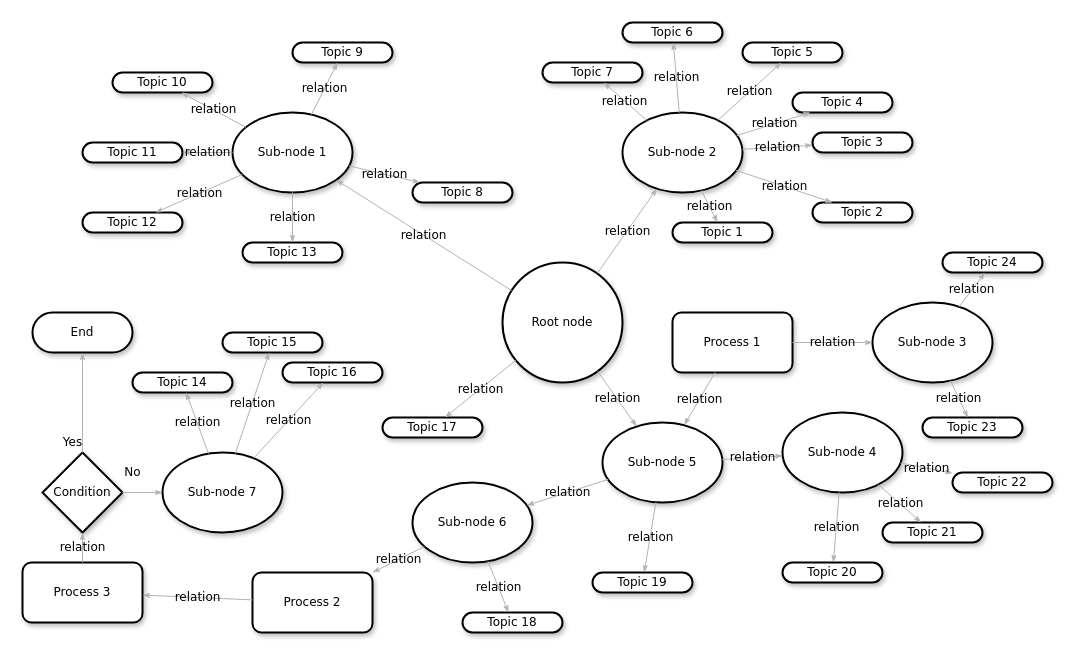
Above: Untitled Diagram.drawio in renecapz/houseoface (draw.io), before the change. Source tidied: cells renumbered, new cells numbered last; positions are measured from the earlier drawing's top-left corner, leaving out a move shared by most shapes. Both pictures are drawn from the tidied source at 100%, with x=0, y=0 at pixel (22, 22).
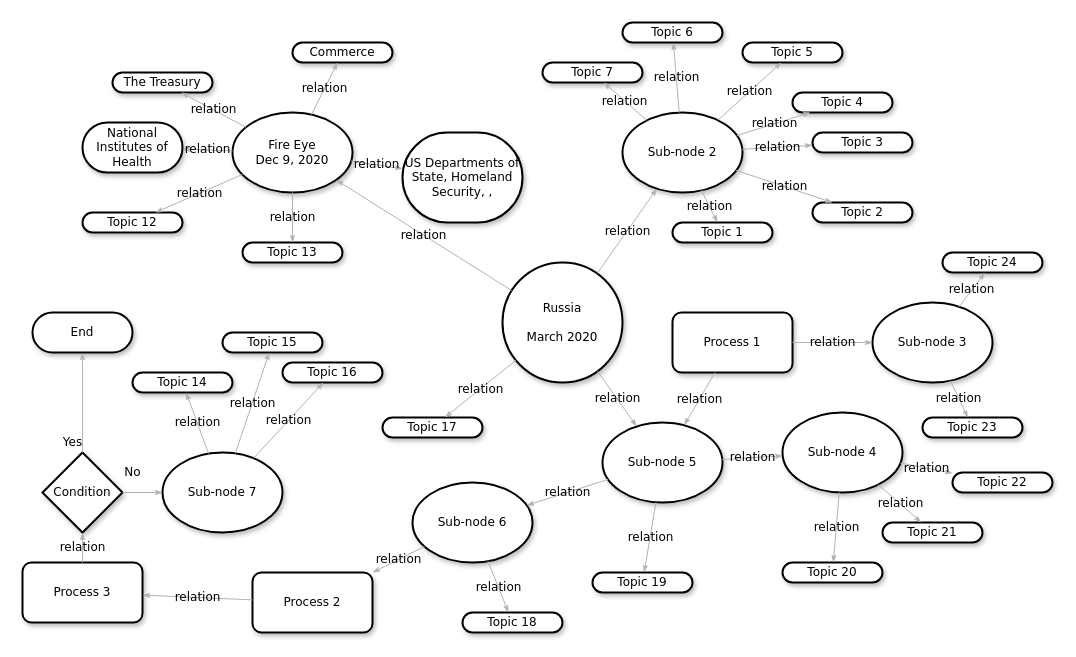
Above is the later version.

What changed in the source:
```diff
@@
-    <mxCell id="2" value="&lt;span&gt;Topic 10&lt;/span&gt;" style="whiteSpace=wrap;html=1;rounded=1;shadow=1;comic=0;labelBackgroundColor=none;strokeWidth=2;fontFamily=Verdana;fontSize=12;align=center;arcSize=50;" parent="1" vertex="1">
+    <mxCell id="2" value="The Treasury" style="whiteSpace=wrap;html=1;rounded=1;shadow=1;comic=0;labelBackgroundColor=none;strokeWidth=2;fontFamily=Verdana;fontSize=12;align=center;arcSize=50;" parent="1" vertex="1">
       <mxGeometry x="90" y="50" width="100" height="20" as="geometry" />
     </mxCell>
-    <mxCell id="3" value="Sub-node 1" style="ellipse;whiteSpace=wrap;html=1;rounded=1;shadow=1;comic=0;labelBackgroundColor=none;strokeWidth=2;fontFamily=Verdana;fontSize=12;align=center;" parent="1" vertex="1">
+    <mxCell id="3" value="&lt;div&gt;Fire Eye&lt;/div&gt;&lt;div&gt;Dec 9, 2020&lt;br&gt;&lt;/div&gt;" style="ellipse;whiteSpace=wrap;html=1;rounded=1;shadow=1;comic=0;labelBackgroundColor=none;strokeWidth=2;fontFamily=Verdana;fontSize=12;align=center;" parent="1" vertex="1">
       <mxGeometry x="210" y="90" width="120" height="80" as="geometry" />
     </mxCell>
@@
-    <mxCell id="5" value="Root node" style="ellipse;whiteSpace=wrap;html=1;rounded=1;shadow=1;comic=0;labelBackgroundColor=none;strokeWidth=2;fontFamily=Verdana;fontSize=12;align=center;" parent="1" vertex="1">
+    <mxCell id="5" value="&lt;div&gt;Russia&lt;/div&gt;&lt;div&gt;&lt;br&gt;&lt;/div&gt;&lt;div&gt;March 2020&lt;/div&gt;" style="ellipse;whiteSpace=wrap;html=1;rounded=1;shadow=1;comic=0;labelBackgroundColor=none;strokeWidth=2;fontFamily=Verdana;fontSize=12;align=center;" parent="1" vertex="1">
       <mxGeometry x="480" y="240" width="120" height="120" as="geometry" />
     </mxCell>
@@
-    <mxCell id="9" value="&lt;span&gt;Topic 11&lt;/span&gt;" style="whiteSpace=wrap;html=1;rounded=1;shadow=1;comic=0;labelBackgroundColor=none;strokeWidth=2;fontFamily=Verdana;fontSize=12;align=center;arcSize=50;" parent="1" vertex="1">
-      <mxGeometry x="60" y="120" width="100" height="20" as="geometry" />
+    <mxCell id="9" value="National Institutes of Health" style="whiteSpace=wrap;html=1;rounded=1;shadow=1;comic=0;labelBackgroundColor=none;strokeWidth=2;fontFamily=Verdana;fontSize=12;align=center;arcSize=50;" parent="1" vertex="1">
+      <mxGeometry x="60" y="100" width="100" height="50" as="geometry" />
     </mxCell>
@@
-    <mxCell id="11" value="&lt;span&gt;Topic 9&lt;/span&gt;" style="whiteSpace=wrap;html=1;rounded=1;shadow=1;comic=0;labelBackgroundColor=none;strokeWidth=2;fontFamily=Verdana;fontSize=12;align=center;arcSize=50;" parent="1" vertex="1">
+    <mxCell id="11" value="Commerce" style="whiteSpace=wrap;html=1;rounded=1;shadow=1;comic=0;labelBackgroundColor=none;strokeWidth=2;fontFamily=Verdana;fontSize=12;align=center;arcSize=50;" parent="1" vertex="1">
       <mxGeometry x="270" y="20" width="100" height="20" as="geometry" />
     </mxCell>
@@
-    <mxCell id="53" value="&lt;span&gt;Topic 8&lt;/span&gt;" style="whiteSpace=wrap;html=1;rounded=1;shadow=1;comic=0;labelBackgroundColor=none;strokeWidth=2;fontFamily=Verdana;fontSize=12;align=center;arcSize=50;" parent="1" vertex="1">
-      <mxGeometry x="390" y="160" width="100" height="20" as="geometry" />
+    <mxCell id="53" value="US Departments of State, Homeland Security, , " style="whiteSpace=wrap;html=1;rounded=1;shadow=1;comic=0;labelBackgroundColor=none;strokeWidth=2;fontFamily=Verdana;fontSize=12;align=center;arcSize=50;" parent="1" vertex="1">
+      <mxGeometry x="380" y="110" width="120" height="90" as="geometry" />
     </mxCell>
```
